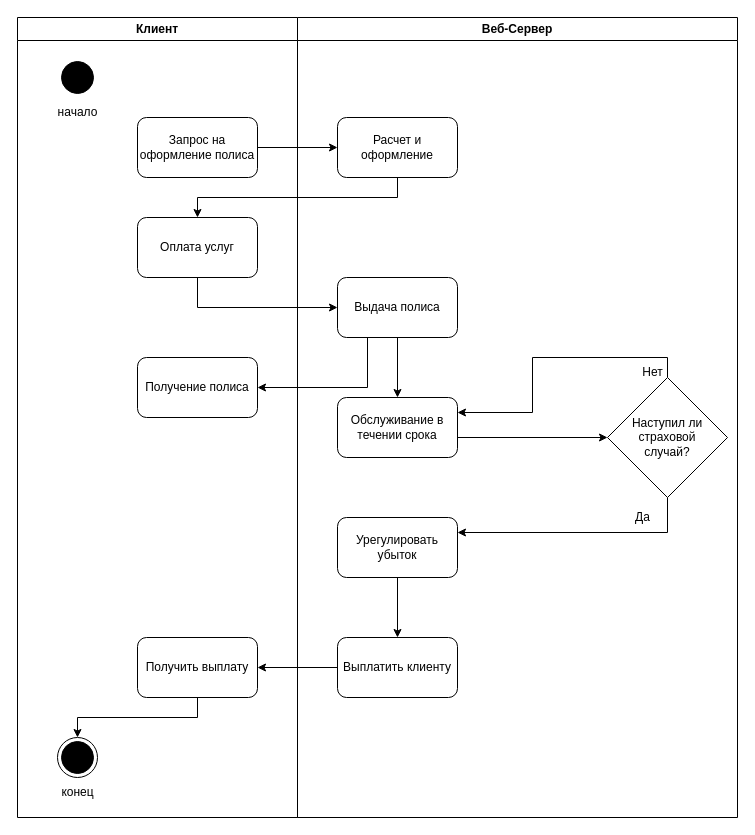
The draw.io diagram kursovaya/10.04/Диаграмма деятельности (1).drawio in markussBurs/ttsiigh, before the edit. Source tidied: cells renumbered, new cells numbered last; positions are measured from the earlier drawing's top-left corner, leaving out a move shared by most shapes. Both pictures are drawn from the tidied source at 100%, with x=0, y=0 at pixel (17, 17).
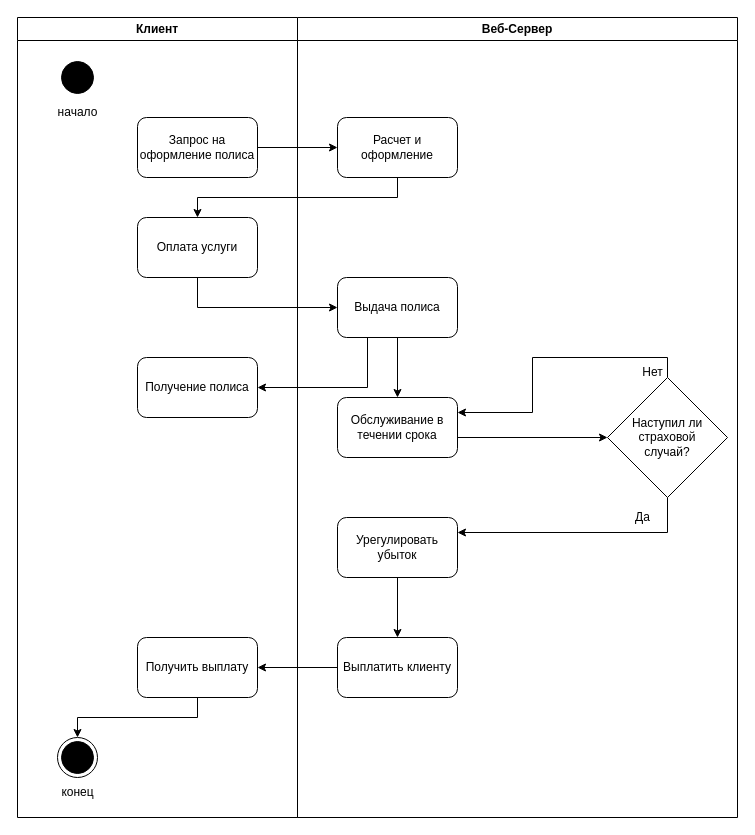
The same diagram, later.

The change refers to these unchanged cells:
```xml
<mxCell id="5" value="Клиент" style="swimlane;whiteSpace=wrap;html=1;" parent="1" vertex="1">
  <mxGeometry width="280" height="800" as="geometry" />
</mxCell>
```

What changed in the source:
```diff
@@
-    <mxCell id="10" value="Оплата услуг" style="rounded=1;whiteSpace=wrap;html=1;" parent="5" vertex="1">
+    <mxCell id="10" value="Оплата услуги" style="rounded=1;whiteSpace=wrap;html=1;" parent="5" vertex="1">
       <mxGeometry x="120" y="200" width="120" height="60" as="geometry" />
     </mxCell>
```
